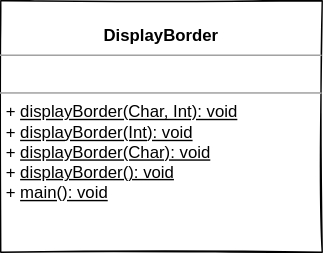
manuvazquez1995/Contornos_diagramas keeps this draw.io diagram as Diagramas/Diagrama2.drawio.svg. Above is the earlier version. Source tidied: cells renumbered, new cells last; positions are measured from the earlier drawing's top-left corner, leaving out a move shared by most shapes. Source of this version:
```xml
<mxGraphModel background="#ffffff">
  <root>
    <mxCell id="0" />
    <mxCell id="1" parent="0" />
    <mxCell id="2" value="&lt;p style=&quot;margin: 0px ; margin-top: 4px ; text-align: center&quot;&gt;&lt;br&gt;&lt;b&gt;DisplayBorder&lt;/b&gt;&lt;/p&gt;&lt;hr size=&quot;1&quot;&gt;&lt;p style=&quot;margin: 0px ; margin-left: 4px&quot;&gt;&lt;br&gt;&lt;/p&gt;&lt;hr size=&quot;1&quot;&gt;&lt;p style=&quot;margin: 0px ; margin-left: 4px&quot;&gt;+ &lt;u&gt;displayBorder(Char, Int): void&lt;/u&gt;&lt;/p&gt;&lt;p style=&quot;margin: 0px ; margin-left: 4px&quot;&gt;+&amp;nbsp;&lt;u&gt;displayBorder(Int): void&lt;/u&gt;&lt;br&gt;&lt;/p&gt;&lt;p style=&quot;margin: 0px ; margin-left: 4px&quot;&gt;+&amp;nbsp;&lt;u&gt;displayBorder(Char): void&lt;/u&gt;&lt;u&gt;&lt;br&gt;&lt;/u&gt;&lt;/p&gt;&lt;p style=&quot;margin: 0px ; margin-left: 4px&quot;&gt;+&amp;nbsp;&lt;u&gt;displayBorder(): void&lt;/u&gt;&lt;u&gt;&lt;br&gt;&lt;/u&gt;&lt;/p&gt;&lt;p style=&quot;margin: 0px ; margin-left: 4px&quot;&gt;+ &lt;u&gt;main(): void&lt;/u&gt;&lt;/p&gt;&lt;p style=&quot;margin: 0px ; margin-left: 4px&quot;&gt;&lt;br&gt;&lt;/p&gt;&lt;p style=&quot;margin: 0px ; margin-left: 4px&quot;&gt;&lt;br&gt;&lt;/p&gt;" style="verticalAlign=top;align=left;overflow=fill;fontSize=12;fontFamily=Helvetica;html=1;rounded=0;sketch=1;" parent="1" vertex="1">
      <mxGeometry width="230" height="180" as="geometry" />
    </mxCell>
  </root>
</mxGraphModel>
```
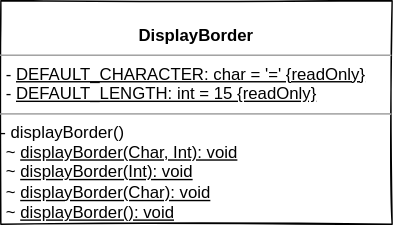
The same diagram one commit later.

Commit message:
Diagrama kotlin completado

The edit, as a diff of the source:
```diff
@@ -2,8 +2,8 @@
   <root>
     <mxCell id="0" />
     <mxCell id="1" parent="0" />
-    <mxCell id="2" value="&lt;p style=&quot;margin: 0px ; margin-top: 4px ; text-align: center&quot;&gt;&lt;br&gt;&lt;b&gt;DisplayBorder&lt;/b&gt;&lt;/p&gt;&lt;hr size=&quot;1&quot;&gt;&lt;p style=&quot;margin: 0px ; margin-left: 4px&quot;&gt;&lt;br&gt;&lt;/p&gt;&lt;hr size=&quot;1&quot;&gt;&lt;p style=&quot;margin: 0px ; margin-left: 4px&quot;&gt;+ &lt;u&gt;displayBorder(Char, Int): void&lt;/u&gt;&lt;/p&gt;&lt;p style=&quot;margin: 0px ; margin-left: 4px&quot;&gt;+&amp;nbsp;&lt;u&gt;displayBorder(Int): void&lt;/u&gt;&lt;br&gt;&lt;/p&gt;&lt;p style=&quot;margin: 0px ; margin-left: 4px&quot;&gt;+&amp;nbsp;&lt;u&gt;displayBorder(Char): void&lt;/u&gt;&lt;u&gt;&lt;br&gt;&lt;/u&gt;&lt;/p&gt;&lt;p style=&quot;margin: 0px ; margin-left: 4px&quot;&gt;+&amp;nbsp;&lt;u&gt;displayBorder(): void&lt;/u&gt;&lt;u&gt;&lt;br&gt;&lt;/u&gt;&lt;/p&gt;&lt;p style=&quot;margin: 0px ; margin-left: 4px&quot;&gt;+ &lt;u&gt;main(): void&lt;/u&gt;&lt;/p&gt;&lt;p style=&quot;margin: 0px ; margin-left: 4px&quot;&gt;&lt;br&gt;&lt;/p&gt;&lt;p style=&quot;margin: 0px ; margin-left: 4px&quot;&gt;&lt;br&gt;&lt;/p&gt;" style="verticalAlign=top;align=left;overflow=fill;fontSize=12;fontFamily=Helvetica;html=1;rounded=0;sketch=1;" parent="1" vertex="1">
-      <mxGeometry width="230" height="180" as="geometry" />
+    <mxCell id="2" value="&lt;p style=&quot;margin: 0px ; margin-top: 4px ; text-align: center&quot;&gt;&lt;br&gt;&lt;b&gt;DisplayBorder&lt;/b&gt;&lt;/p&gt;&lt;hr size=&quot;1&quot;&gt;&lt;p style=&quot;margin: 0px ; margin-left: 4px&quot;&gt;- &lt;u&gt;DEFAULT_CHARACTER: char = '=' {readOnly}&lt;/u&gt;&lt;/p&gt;&lt;p style=&quot;margin: 0px ; margin-left: 4px&quot;&gt;- &lt;u&gt;DEFAULT_LENGTH: int = 15 {readOnly}&lt;/u&gt;&lt;/p&gt;&lt;hr size=&quot;1&quot;&gt;&amp;nbsp;- displayBorder()&amp;nbsp;&lt;br&gt;&lt;p style=&quot;margin: 0px ; margin-left: 4px&quot;&gt;~ &lt;u&gt;displayBorder(Char, Int): void&lt;/u&gt;&lt;/p&gt;&lt;p style=&quot;margin: 0px ; margin-left: 4px&quot;&gt;~&amp;nbsp;&lt;u&gt;displayBorder(Int): void&lt;/u&gt;&lt;br&gt;&lt;/p&gt;&lt;p style=&quot;margin: 0px ; margin-left: 4px&quot;&gt;~&amp;nbsp;&lt;u&gt;displayBorder(Char): void&lt;/u&gt;&lt;u&gt;&lt;br&gt;&lt;/u&gt;&lt;/p&gt;&lt;p style=&quot;margin: 0px ; margin-left: 4px&quot;&gt;~&amp;nbsp;&lt;u&gt;displayBorder(): void&lt;/u&gt;&lt;/p&gt;" style="verticalAlign=top;align=left;overflow=fill;fontSize=12;fontFamily=Helvetica;html=1;rounded=0;sketch=1;" parent="1" vertex="1">
+      <mxGeometry width="280" height="160" as="geometry" />
     </mxCell>
   </root>
 </mxGraphModel>
```
